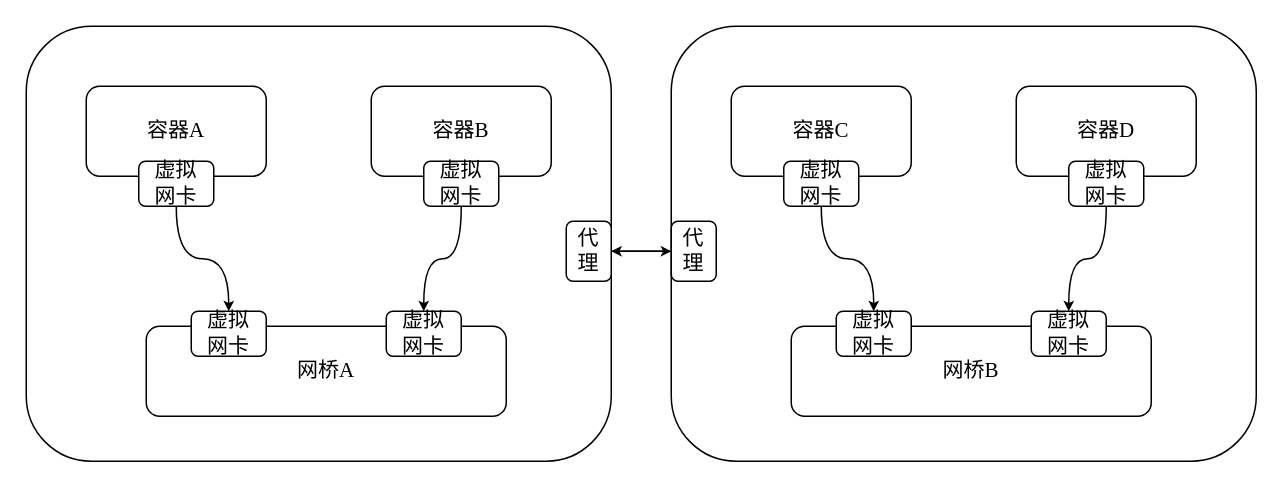
Above: container_vpn.drawio in foreignbill/drawio (draw.io), before the change. Source tidied: cells renumbered, new cells numbered last; positions are measured from the earlier drawing's top-left corner, leaving out a move shared by most shapes. Both pictures are drawn from the tidied source at 150%, with x=0, y=0 at pixel (26, 26).
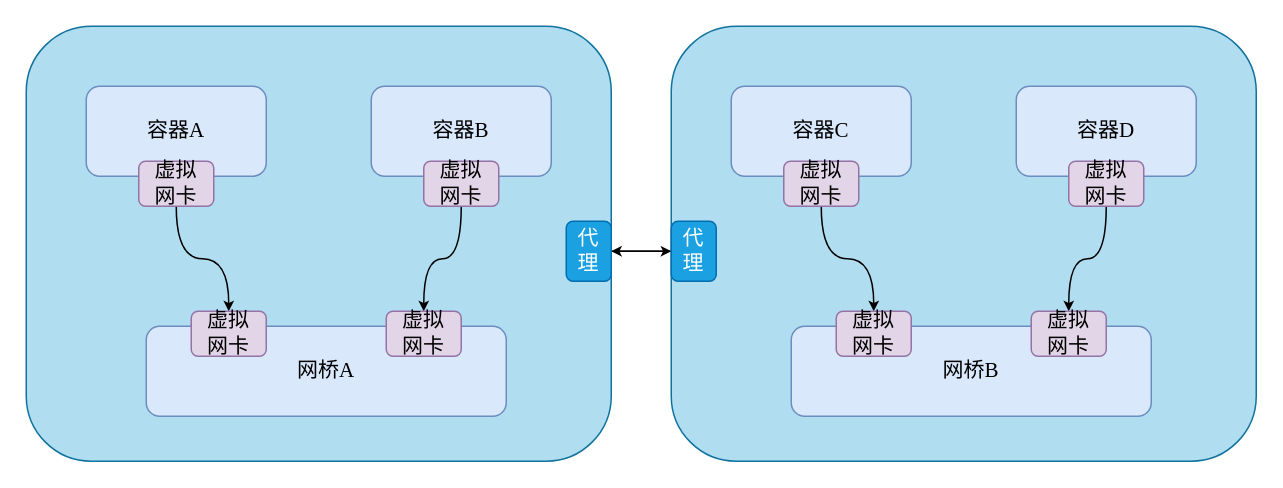
The same diagram, later.

Diff of the diagram source:
```diff
@@
-    <mxCell id="2" style="group;fontSize=14;fontFamily=Times New Roman;" parent="1" vertex="1">
-      <mxGeometry width="390" height="290" as="geometry" />
-    </mxCell>
+    <mxCell id="32" style="edgeStyle=orthogonalEdgeStyle;curved=1;rounded=0;jettySize=auto;html=1;exitX=0;exitY=0.5;exitDx=0;exitDy=0;entryX=1;entryY=0.5;entryDx=0;entryDy=0;fontFamily=Times New Roman;fontSize=14;fontColor=default;startSize=4;endSize=4;" parent="1" edge="1" source="31" target="16">
+      <mxGeometry relative="1" as="geometry" />
+    </mxCell>
+    <mxCell id="33" style="edgeStyle=orthogonalEdgeStyle;curved=1;rounded=0;jettySize=auto;html=1;exitX=1;exitY=0.5;exitDx=0;exitDy=0;entryX=0;entryY=0.5;entryDx=0;entryDy=0;fontFamily=Times New Roman;fontSize=14;fontColor=default;startSize=4;endSize=4;" parent="1" edge="1" source="16" target="31">
+      <mxGeometry relative="1" as="geometry" />
+    </mxCell>
-    <mxCell id="3" style="rounded=1;whiteSpace=wrap;html=1;fontSize=14;fontFamily=Times New Roman;" parent="2" vertex="1">
+    <mxCell id="3" style="rounded=1;whiteSpace=wrap;html=1;fontSize=14;fontFamily=Times New Roman;fillColor=#b1ddf0;strokeColor=#10739e;" parent="1" vertex="1">
       <mxGeometry width="390" height="290" as="geometry" />
     </mxCell>
-    <mxCell id="4" style="group;fontSize=14;fontFamily=Times New Roman;" parent="2" vertex="1">
-      <mxGeometry x="40" y="40" width="120" height="80" as="geometry" />
-    </mxCell>
+    <mxCell id="14" style="edgeStyle=orthogonalEdgeStyle;rounded=0;jettySize=auto;html=1;exitX=0.5;exitY=1;exitDx=0;exitDy=0;entryX=0.5;entryY=0;entryDx=0;entryDy=0;fontFamily=Times New Roman;fontSize=14;fontColor=default;curved=1;startSize=4;endSize=4;" parent="1" edge="1" source="6" target="12">
+      <mxGeometry relative="1" as="geometry" />
+    </mxCell>
+    <mxCell id="15" style="edgeStyle=orthogonalEdgeStyle;curved=1;rounded=0;jettySize=auto;html=1;exitX=0.5;exitY=1;exitDx=0;exitDy=0;entryX=0.5;entryY=0;entryDx=0;entryDy=0;fontFamily=Times New Roman;fontSize=14;fontColor=default;startSize=4;endSize=4;" parent="1" edge="1" source="9" target="13">
+      <mxGeometry relative="1" as="geometry" />
+    </mxCell>
+    <mxCell id="16" value="代&lt;br&gt;理" style="rounded=1;whiteSpace=wrap;html=1;strokeColor=#006EAF;fontFamily=Times New Roman;fontSize=14;fontColor=#ffffff;fillColor=#1ba1e2;" parent="1" vertex="1">
+      <mxGeometry x="360" y="130" width="30" height="40" as="geometry" />
+    </mxCell>
-    <mxCell id="5" value="容器A" style="rounded=1;whiteSpace=wrap;html=1;fontSize=14;fontFamily=Times New Roman;" parent="4" vertex="1">
-      <mxGeometry width="120" height="60" as="geometry" />
+    <mxCell id="5" value="容器A" style="rounded=1;whiteSpace=wrap;html=1;fontSize=14;fontFamily=Times New Roman;fillColor=#dae8fc;strokeColor=#6c8ebf;" parent="1" vertex="1">
+      <mxGeometry x="40" y="40" width="120" height="60" as="geometry" />
     </mxCell>
-    <mxCell id="6" value="虚拟&lt;br&gt;网卡" style="rounded=1;whiteSpace=wrap;html=1;fontSize=14;fontFamily=Times New Roman;" parent="4" vertex="1">
-      <mxGeometry x="35" y="50" width="50" height="30" as="geometry" />
+    <mxCell id="6" value="虚拟&lt;br&gt;网卡" style="rounded=1;whiteSpace=wrap;html=1;fontSize=14;fontFamily=Times New Roman;fillColor=#e1d5e7;strokeColor=#9673a6;" parent="1" vertex="1">
+      <mxGeometry x="75" y="90" width="50" height="30" as="geometry" />
     </mxCell>
-    <mxCell id="7" style="group;rounded=1;fontSize=14;fontFamily=Times New Roman;" parent="2" vertex="1">
-      <mxGeometry x="230" y="40" width="120" height="80" as="geometry" />
-    </mxCell>
-    <mxCell id="8" value="容器B" style="rounded=1;whiteSpace=wrap;html=1;fontSize=14;fontFamily=Times New Roman;" parent="7" vertex="1">
-      <mxGeometry width="120" height="60" as="geometry" />
+    <mxCell id="8" value="容器B" style="rounded=1;whiteSpace=wrap;html=1;fontSize=14;fontFamily=Times New Roman;fillColor=#dae8fc;strokeColor=#6c8ebf;" parent="1" vertex="1">
+      <mxGeometry x="230" y="40" width="120" height="60" as="geometry" />
     </mxCell>
-    <mxCell id="9" value="虚拟&lt;br&gt;网卡" style="rounded=1;whiteSpace=wrap;html=1;fontSize=14;fontFamily=Times New Roman;" parent="7" vertex="1">
-      <mxGeometry x="35" y="50" width="50" height="30" as="geometry" />
+    <mxCell id="9" value="虚拟&lt;br&gt;网卡" style="rounded=1;whiteSpace=wrap;html=1;fontSize=14;fontFamily=Times New Roman;fillColor=#e1d5e7;strokeColor=#9673a6;" parent="1" vertex="1">
+      <mxGeometry x="265" y="90" width="50" height="30" as="geometry" />
     </mxCell>
-    <mxCell id="10" style="group;rounded=1;fontSize=14;fontFamily=Times New Roman;" parent="2" vertex="1">
-      <mxGeometry x="80" y="190" width="240" height="70" as="geometry" />
-    </mxCell>
-    <mxCell id="11" value="网桥A" style="rounded=1;whiteSpace=wrap;html=1;fontSize=14;fontFamily=Times New Roman;" parent="10" vertex="1">
-      <mxGeometry y="10" width="240" height="60" as="geometry" />
+    <mxCell id="11" value="网桥A" style="rounded=1;whiteSpace=wrap;html=1;fontSize=14;fontFamily=Times New Roman;fillColor=#dae8fc;strokeColor=#6c8ebf;" parent="1" vertex="1">
+      <mxGeometry x="80" y="200" width="240" height="60" as="geometry" />
     </mxCell>
-    <mxCell id="12" value="虚拟&lt;br&gt;网卡" style="rounded=1;whiteSpace=wrap;html=1;fontSize=14;fontFamily=Times New Roman;" parent="10" vertex="1">
-      <mxGeometry x="30" width="50" height="30" as="geometry" />
+    <mxCell id="12" value="虚拟&lt;br&gt;网卡" style="rounded=1;whiteSpace=wrap;html=1;fontSize=14;fontFamily=Times New Roman;fillColor=#e1d5e7;strokeColor=#9673a6;" parent="1" vertex="1">
+      <mxGeometry x="110" y="190" width="50" height="30" as="geometry" />
     </mxCell>
-    <mxCell id="13" value="虚拟&lt;br&gt;网卡" style="rounded=1;whiteSpace=wrap;html=1;fontSize=14;fontFamily=Times New Roman;" parent="10" vertex="1">
-      <mxGeometry x="160" width="50" height="30" as="geometry" />
+    <mxCell id="13" value="虚拟&lt;br&gt;网卡" style="rounded=1;whiteSpace=wrap;html=1;fontSize=14;fontFamily=Times New Roman;fillColor=#e1d5e7;strokeColor=#9673a6;" parent="1" vertex="1">
+      <mxGeometry x="240" y="190" width="50" height="30" as="geometry" />
     </mxCell>
-    <mxCell id="14" style="edgeStyle=orthogonalEdgeStyle;rounded=0;jettySize=auto;html=1;exitX=0.5;exitY=1;exitDx=0;exitDy=0;entryX=0.5;entryY=0;entryDx=0;entryDy=0;fontFamily=Times New Roman;fontSize=14;fontColor=default;curved=1;startSize=4;endSize=4;" parent="2" edge="1" source="6" target="12">
-      <mxGeometry relative="1" as="geometry" />
-    </mxCell>
-    <mxCell id="15" style="edgeStyle=orthogonalEdgeStyle;curved=1;rounded=0;jettySize=auto;html=1;exitX=0.5;exitY=1;exitDx=0;exitDy=0;entryX=0.5;entryY=0;entryDx=0;entryDy=0;fontFamily=Times New Roman;fontSize=14;fontColor=default;startSize=4;endSize=4;" parent="2" edge="1" source="9" target="13">
-      <mxGeometry relative="1" as="geometry" />
-    </mxCell>
-    <mxCell id="16" value="代&lt;br&gt;理" style="rounded=1;whiteSpace=wrap;html=1;strokeColor=default;fontFamily=Times New Roman;fontSize=14;fontColor=default;fillColor=default;" parent="2" vertex="1">
-      <mxGeometry x="360" y="130" width="30" height="40" as="geometry" />
-    </mxCell>
-    <mxCell id="17" style="group;fontSize=14;fontFamily=Times New Roman;" parent="1" vertex="1">
-      <mxGeometry x="430" width="390" height="290" as="geometry" />
-    </mxCell>
-    <mxCell id="18" style="rounded=1;whiteSpace=wrap;html=1;fontSize=14;fontFamily=Times New Roman;" parent="17" vertex="1">
-      <mxGeometry width="390" height="290" as="geometry" />
+    <mxCell id="18" style="rounded=1;whiteSpace=wrap;html=1;fontSize=14;fontFamily=Times New Roman;fillColor=#b1ddf0;strokeColor=#10739e;" parent="1" vertex="1">
+      <mxGeometry x="430" width="390" height="290" as="geometry" />
     </mxCell>
-    <mxCell id="19" style="group;fontSize=14;fontFamily=Times New Roman;" parent="17" vertex="1">
-      <mxGeometry x="40" y="40" width="120" height="80" as="geometry" />
-    </mxCell>
+    <mxCell id="29" style="edgeStyle=orthogonalEdgeStyle;rounded=0;jettySize=auto;html=1;exitX=0.5;exitY=1;exitDx=0;exitDy=0;entryX=0.5;entryY=0;entryDx=0;entryDy=0;fontFamily=Times New Roman;fontSize=14;fontColor=default;curved=1;startSize=4;endSize=4;" parent="1" edge="1" source="21" target="27">
+      <mxGeometry relative="1" as="geometry" />
+    </mxCell>
+    <mxCell id="30" style="edgeStyle=orthogonalEdgeStyle;curved=1;rounded=0;jettySize=auto;html=1;exitX=0.5;exitY=1;exitDx=0;exitDy=0;entryX=0.5;entryY=0;entryDx=0;entryDy=0;fontFamily=Times New Roman;fontSize=14;fontColor=default;startSize=4;endSize=4;" parent="1" edge="1" source="24" target="28">
+      <mxGeometry relative="1" as="geometry" />
+    </mxCell>
+    <mxCell id="31" value="代&lt;br&gt;理" style="rounded=1;whiteSpace=wrap;html=1;strokeColor=#006EAF;fontFamily=Times New Roman;fontSize=14;fontColor=#ffffff;fillColor=#1ba1e2;" parent="1" vertex="1">
+      <mxGeometry x="430" y="130" width="30" height="40" as="geometry" />
+    </mxCell>
-    <mxCell id="20" value="容器C" style="rounded=1;whiteSpace=wrap;html=1;fontSize=14;fontFamily=Times New Roman;" parent="19" vertex="1">
-      <mxGeometry width="120" height="60" as="geometry" />
+    <mxCell id="20" value="容器C" style="rounded=1;whiteSpace=wrap;html=1;fontSize=14;fontFamily=Times New Roman;fillColor=#dae8fc;strokeColor=#6c8ebf;" parent="1" vertex="1">
+      <mxGeometry x="470" y="40" width="120" height="60" as="geometry" />
     </mxCell>
-    <mxCell id="21" value="虚拟&lt;br&gt;网卡" style="rounded=1;whiteSpace=wrap;html=1;fontSize=14;fontFamily=Times New Roman;" parent="19" vertex="1">
-      <mxGeometry x="35" y="50" width="50" height="30" as="geometry" />
+    <mxCell id="21" value="虚拟&lt;br&gt;网卡" style="rounded=1;whiteSpace=wrap;html=1;fontSize=14;fontFamily=Times New Roman;fillColor=#e1d5e7;strokeColor=#9673a6;" parent="1" vertex="1">
+      <mxGeometry x="505" y="90" width="50" height="30" as="geometry" />
     </mxCell>
-    <mxCell id="22" style="group;rounded=1;fontSize=14;fontFamily=Times New Roman;" parent="17" vertex="1">
-      <mxGeometry x="230" y="40" width="120" height="80" as="geometry" />
-    </mxCell>
-    <mxCell id="23" value="容器D" style="rounded=1;whiteSpace=wrap;html=1;fontSize=14;fontFamily=Times New Roman;" parent="22" vertex="1">
-      <mxGeometry width="120" height="60" as="geometry" />
+    <mxCell id="23" value="容器D" style="rounded=1;whiteSpace=wrap;html=1;fontSize=14;fontFamily=Times New Roman;fillColor=#dae8fc;strokeColor=#6c8ebf;" parent="1" vertex="1">
+      <mxGeometry x="660" y="40" width="120" height="60" as="geometry" />
     </mxCell>
-    <mxCell id="24" value="虚拟&lt;br&gt;网卡" style="rounded=1;whiteSpace=wrap;html=1;fontSize=14;fontFamily=Times New Roman;" parent="22" vertex="1">
-      <mxGeometry x="35" y="50" width="50" height="30" as="geometry" />
+    <mxCell id="24" value="虚拟&lt;br&gt;网卡" style="rounded=1;whiteSpace=wrap;html=1;fontSize=14;fontFamily=Times New Roman;fillColor=#e1d5e7;strokeColor=#9673a6;" parent="1" vertex="1">
+      <mxGeometry x="695" y="90" width="50" height="30" as="geometry" />
     </mxCell>
-    <mxCell id="25" style="group;rounded=1;fontSize=14;fontFamily=Times New Roman;" parent="17" vertex="1">
-      <mxGeometry x="80" y="190" width="240" height="70" as="geometry" />
-    </mxCell>
-    <mxCell id="26" value="网桥B" style="rounded=1;whiteSpace=wrap;html=1;fontSize=14;fontFamily=Times New Roman;" parent="25" vertex="1">
-      <mxGeometry y="10" width="240" height="60" as="geometry" />
+    <mxCell id="26" value="网桥B" style="rounded=1;whiteSpace=wrap;html=1;fontSize=14;fontFamily=Times New Roman;fillColor=#dae8fc;strokeColor=#6c8ebf;" parent="1" vertex="1">
+      <mxGeometry x="510" y="200" width="240" height="60" as="geometry" />
     </mxCell>
-    <mxCell id="27" value="虚拟&lt;br&gt;网卡" style="rounded=1;whiteSpace=wrap;html=1;fontSize=14;fontFamily=Times New Roman;" parent="25" vertex="1">
-      <mxGeometry x="30" width="50" height="30" as="geometry" />
+    <mxCell id="27" value="虚拟&lt;br&gt;网卡" style="rounded=1;whiteSpace=wrap;html=1;fontSize=14;fontFamily=Times New Roman;fillColor=#e1d5e7;strokeColor=#9673a6;" parent="1" vertex="1">
+      <mxGeometry x="540" y="190" width="50" height="30" as="geometry" />
     </mxCell>
-    <mxCell id="28" value="虚拟&lt;br&gt;网卡" style="rounded=1;whiteSpace=wrap;html=1;fontSize=14;fontFamily=Times New Roman;" parent="25" vertex="1">
-      <mxGeometry x="160" width="50" height="30" as="geometry" />
+    <mxCell id="28" value="虚拟&lt;br&gt;网卡" style="rounded=1;whiteSpace=wrap;html=1;fontSize=14;fontFamily=Times New Roman;fillColor=#e1d5e7;strokeColor=#9673a6;" parent="1" vertex="1">
+      <mxGeometry x="670" y="190" width="50" height="30" as="geometry" />
     </mxCell>
-    <mxCell id="29" style="edgeStyle=orthogonalEdgeStyle;rounded=0;jettySize=auto;html=1;exitX=0.5;exitY=1;exitDx=0;exitDy=0;entryX=0.5;entryY=0;entryDx=0;entryDy=0;fontFamily=Times New Roman;fontSize=14;fontColor=default;curved=1;startSize=4;endSize=4;" parent="17" edge="1" source="21" target="27">
-      <mxGeometry relative="1" as="geometry" />
-    </mxCell>
-    <mxCell id="30" style="edgeStyle=orthogonalEdgeStyle;curved=1;rounded=0;jettySize=auto;html=1;exitX=0.5;exitY=1;exitDx=0;exitDy=0;entryX=0.5;entryY=0;entryDx=0;entryDy=0;fontFamily=Times New Roman;fontSize=14;fontColor=default;startSize=4;endSize=4;" parent="17" edge="1" source="24" target="28">
-      <mxGeometry relative="1" as="geometry" />
-    </mxCell>
-    <mxCell id="31" value="代&lt;br&gt;理" style="rounded=1;whiteSpace=wrap;html=1;strokeColor=default;fontFamily=Times New Roman;fontSize=14;fontColor=default;fillColor=default;" parent="17" vertex="1">
-      <mxGeometry y="130" width="30" height="40" as="geometry" />
-    </mxCell>
-    <mxCell id="32" style="edgeStyle=orthogonalEdgeStyle;curved=1;rounded=0;jettySize=auto;html=1;exitX=0;exitY=0.5;exitDx=0;exitDy=0;entryX=1;entryY=0.5;entryDx=0;entryDy=0;fontFamily=Times New Roman;fontSize=14;fontColor=default;startSize=4;endSize=4;" parent="1" edge="1" source="31" target="16">
-      <mxGeometry relative="1" as="geometry" />
-    </mxCell>
-    <mxCell id="33" style="edgeStyle=orthogonalEdgeStyle;curved=1;rounded=0;jettySize=auto;html=1;exitX=1;exitY=0.5;exitDx=0;exitDy=0;entryX=0;entryY=0.5;entryDx=0;entryDy=0;fontFamily=Times New Roman;fontSize=14;fontColor=default;startSize=4;endSize=4;" parent="1" edge="1" source="16" target="31">
-      <mxGeometry relative="1" as="geometry" />
-    </mxCell>
```
